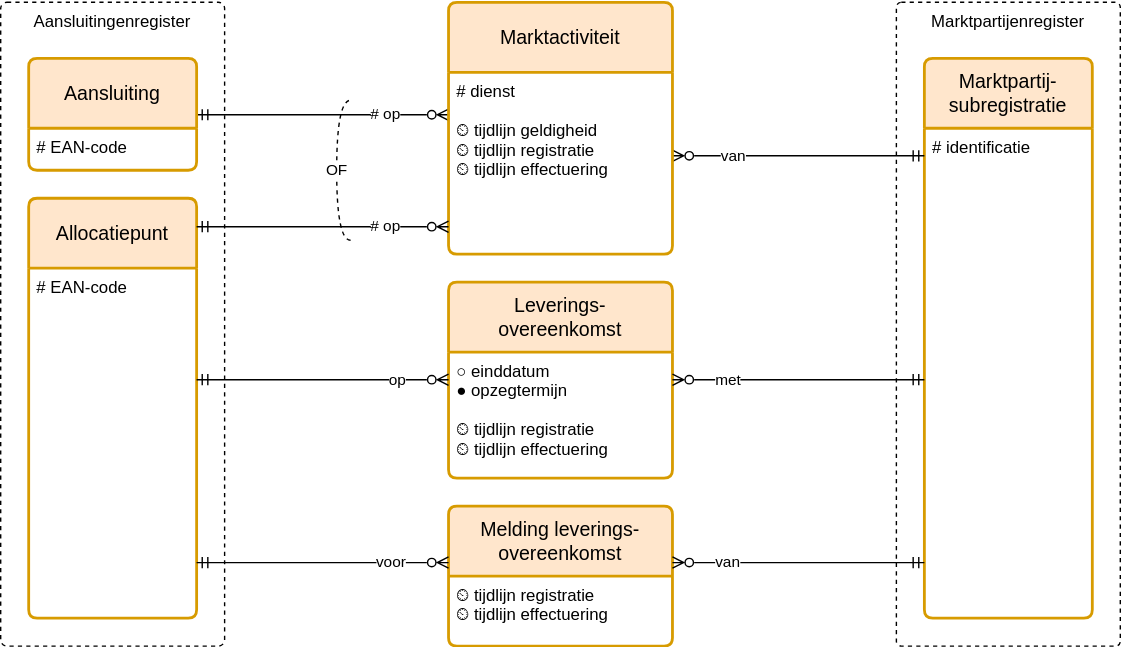
This is registers/marktactiviteitenregister/1.2/marktactiviteitenregister.drawio.svg from Netbeheer-Nederland/stelsel, a draw.io export, as it was before one commit. Source tidied: cells renumbered, new cells last; positions are measured from the earlier drawing's top-left corner, leaving out a move shared by most shapes.
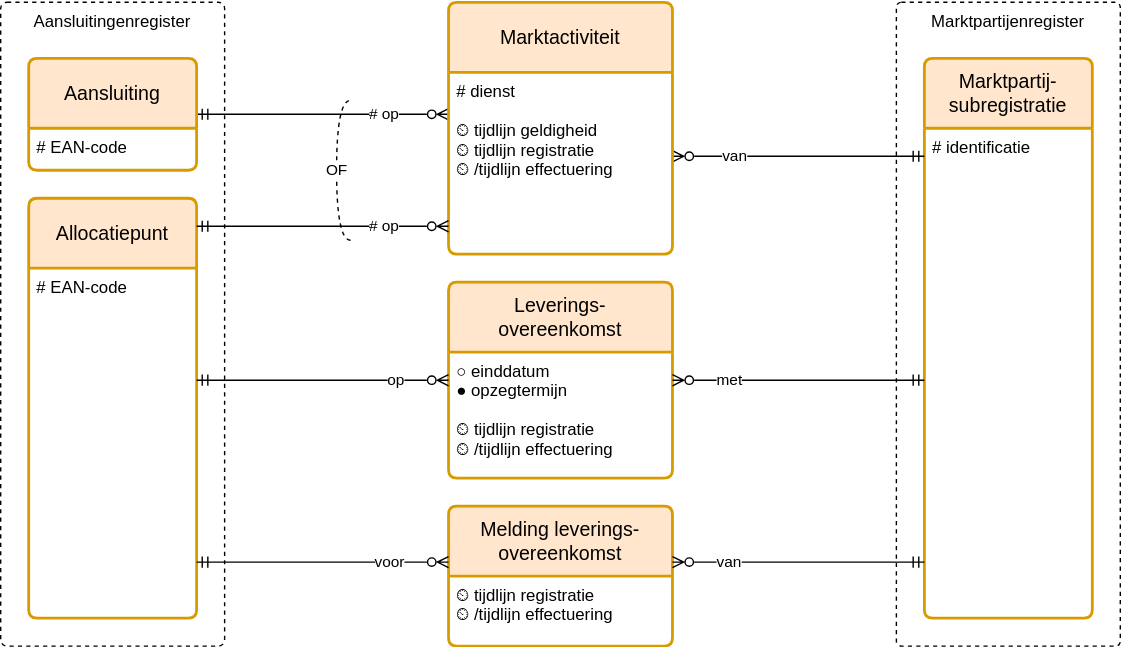
After the commit.

What changed in the source:
```diff
@@ -35,13 +35,13 @@
     <mxCell id="12" value="Marktactiviteit" style="swimlane;horizontal=1;startSize=50;rounded=1;fontSize=14;fontStyle=0;strokeWidth=2;shadow=0;dashed=0;align=center;fillColor=#ffe6cc;strokeColor=#d79b00;arcSize=4;html=1;whiteSpace=wrap;spacing=10;" parent="1" vertex="1">
       <mxGeometry x="320" width="160" height="180" as="geometry" />
     </mxCell>
-    <mxCell id="13" value="# dienst&#10;&#10;⏲ tijdlijn geldigheid&#10;⏲ tijdlijn registratie&#10;⏲ tijdlijn effectuering" style="align=left;strokeColor=none;fillColor=none;spacingLeft=4;fontSize=12;verticalAlign=top;" parent="12" vertex="1">
+    <mxCell id="13" value="# dienst&#10;&#10;⏲ tijdlijn geldigheid&#10;⏲ tijdlijn registratie&#10;⏲ /tijdlijn effectuering" style="align=left;strokeColor=none;fillColor=none;spacingLeft=4;fontSize=12;verticalAlign=top;" parent="12" vertex="1">
       <mxGeometry y="50" width="160" height="130" as="geometry" />
     </mxCell>
     <mxCell id="14" value="Leverings-overeenkomst" style="swimlane;horizontal=1;startSize=50;rounded=1;fontSize=14;fontStyle=0;strokeWidth=2;shadow=0;dashed=0;align=center;fillColor=#ffe6cc;strokeColor=#d79b00;arcSize=4;html=1;whiteSpace=wrap;spacing=10;" parent="1" vertex="1">
       <mxGeometry x="320" y="200" width="160" height="140" as="geometry" />
     </mxCell>
-    <mxCell id="15" value="○ einddatum&#10;● opzegtermijn&#10;&#10;⏲ tijdlijn registratie&#10;⏲ tijdlijn effectuering" style="align=left;strokeColor=none;fillColor=none;spacingLeft=4;fontSize=12;verticalAlign=top;" parent="14" vertex="1">
+    <mxCell id="15" value="○ einddatum&#10;● opzegtermijn&#10;&#10;⏲ tijdlijn registratie&#10;⏲ /tijdlijn effectuering" style="align=left;strokeColor=none;fillColor=none;spacingLeft=4;fontSize=12;verticalAlign=top;" parent="14" vertex="1">
       <mxGeometry y="50" width="160" height="90" as="geometry" />
     </mxCell>
     <mxCell id="16" value="# op" style="endArrow=ERmandOne;html=1;rounded=0;endFill=0;startArrow=ERzeroToMany;startFill=0;edgeStyle=elbowEdgeStyle;elbow=vertical;align=right;" parent="1" edge="1" source="12" target="10">
@@ -66,7 +66,7 @@
     <mxCell id="20" value="Melding leverings-overeenkomst" style="swimlane;horizontal=1;startSize=50;rounded=1;fontSize=14;fontStyle=0;strokeWidth=2;shadow=0;dashed=0;align=center;fillColor=#ffe6cc;strokeColor=#d79b00;arcSize=4;html=1;whiteSpace=wrap;spacing=10;" parent="1" vertex="1">
       <mxGeometry x="320" y="360" width="160" height="100" as="geometry" />
     </mxCell>
-    <mxCell id="21" value="⏲ tijdlijn registratie&#10;⏲ tijdlijn effectuering" style="align=left;strokeColor=none;fillColor=none;spacingLeft=4;fontSize=12;verticalAlign=top;" parent="20" vertex="1">
+    <mxCell id="21" value="⏲ tijdlijn registratie&#10;⏲ /tijdlijn effectuering" style="align=left;strokeColor=none;fillColor=none;spacingLeft=4;fontSize=12;verticalAlign=top;" parent="20" vertex="1">
       <mxGeometry y="50" width="160" height="50" as="geometry" />
     </mxCell>
     <mxCell id="22" value="voor" style="endArrow=ERmandOne;html=1;rounded=0;endFill=0;startArrow=ERzeroToMany;startFill=0;edgeStyle=elbowEdgeStyle;elbow=vertical;align=right;" parent="1" edge="1" source="20" target="10">
```
